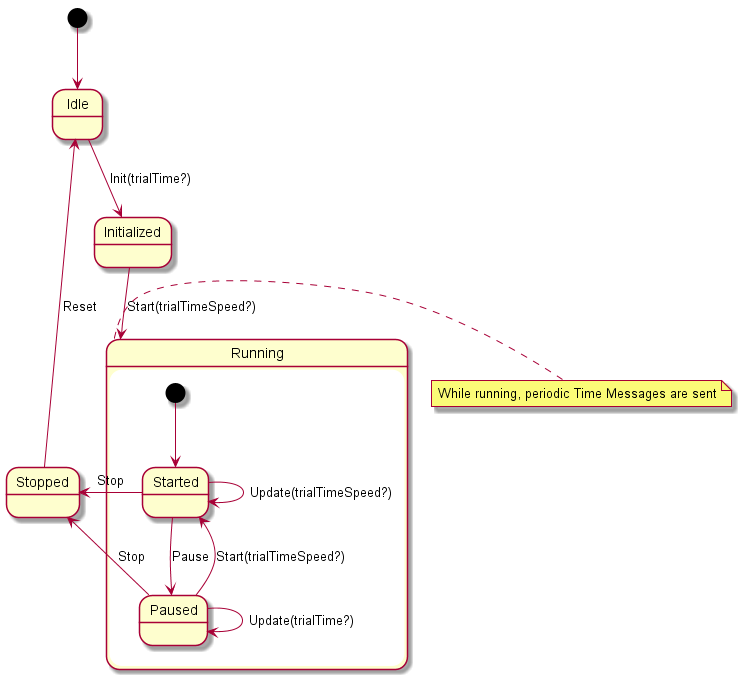
DRIVER-EU/test-bed-time-service keeps this PlantUML diagram as packages/server/doc/statediagram.png. Above is the earlier version.
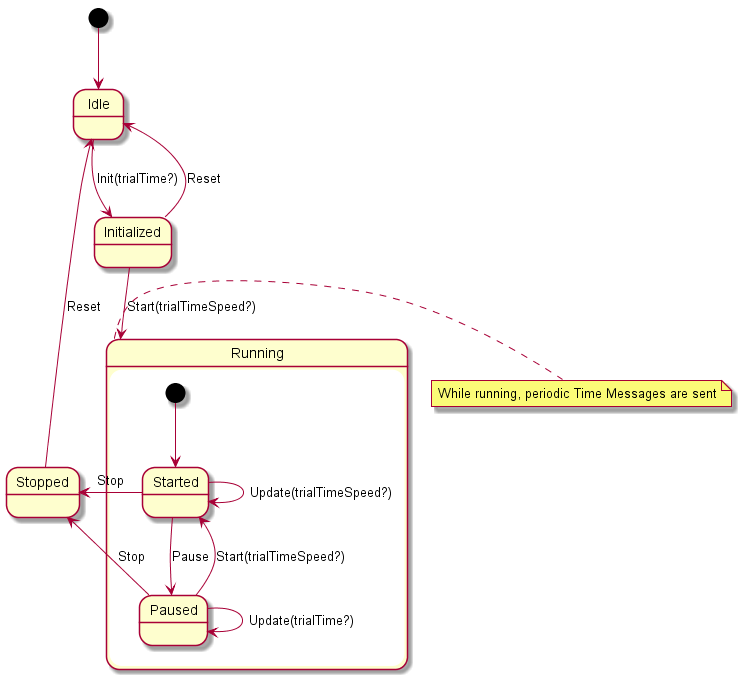
The same diagram one commit later.

Commit message:
Updated state diagram uml and export new png

The edit, as a diff of the source:
```diff
@@ -2,6 +2,7 @@
 [*] --> Idle
 Idle -down-> Initialized : Init(trialTime?)
 Initialized -down-> Running : Start(trialTimeSpeed?)
+Initialized -up-> Idle : Reset
 
 state Running {
     [*] --> Started
```
